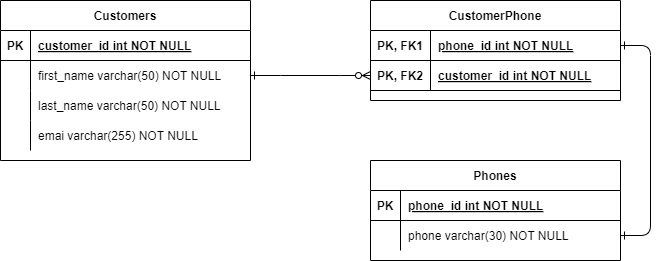
The draw.io diagram erd.png in deepd0wn/psycopg_hw, before a commit. Source tidied: cells renumbered, new cells last; positions are measured from the earlier drawing's top-left corner, leaving out a move shared by most shapes.
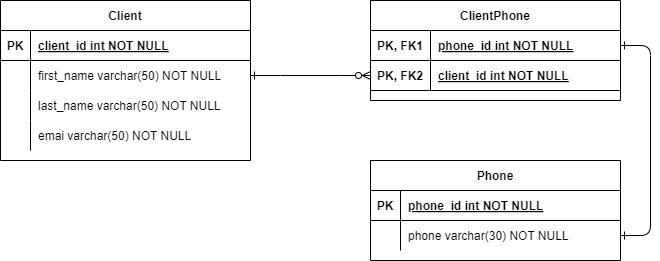
The same file after the commit.

The edit, as a diff of the source:
```diff
@@ -2,10 +2,7 @@
   <root>
     <mxCell id="0" />
     <mxCell id="1" parent="0" />
-    <mxCell id="2" style="edgeStyle=entityRelationEdgeStyle;endArrow=ERzeroToMany;startArrow=ERone;endFill=1;startFill=0;" parent="1" edge="1" source="18" target="x">
-      <mxGeometry relative="1" as="geometry" />
-    </mxCell>
-    <mxCell id="3" value="CustomerPhone" style="shape=table;startSize=30;rowLines=0;fontStyle=1;align=center;" parent="1" vertex="1">
+    <mxCell id="3" value="ClientPhone" style="shape=table;startSize=30;rowLines=0;fontStyle=1;align=center;" parent="1" vertex="1">
       <mxGeometry x="370" width="250" height="100" as="geometry" />
     </mxCell>
     <mxCell id="4" style="shape=partialRectangle;fillColor=none;points=[[0,0.5],[1,0.5]];portConstraint=eastwest;top=0;left=0;right=0;bottom=1;" parent="3" vertex="1">
@@ -23,10 +20,10 @@
     <mxCell id="8" value="PK, FK2" style="shape=partialRectangle;overflow=hidden;fillColor=none;top=0;left=0;bottom=0;right=0;fontStyle=1;" parent="7" vertex="1">
       <mxGeometry width="60" height="30" as="geometry" />
     </mxCell>
-    <mxCell id="9" value="customer_id int NOT NULL" style="shape=partialRectangle;overflow=hidden;fillColor=none;top=0;left=0;bottom=0;right=0;align=left;spacingLeft=6;fontStyle=5;" parent="7" vertex="1">
+    <mxCell id="9" value="client_id int NOT NULL" style="shape=partialRectangle;overflow=hidden;fillColor=none;top=0;left=0;bottom=0;right=0;align=left;spacingLeft=6;fontStyle=5;" parent="7" vertex="1">
       <mxGeometry x="60" width="190" height="30" as="geometry" />
     </mxCell>
-    <mxCell id="10" value="Phones" style="shape=table;startSize=30;rowLines=0;fontStyle=1;align=center;" parent="1" vertex="1">
+    <mxCell id="10" value="Phone" style="shape=table;startSize=30;rowLines=0;fontStyle=1;align=center;" parent="1" vertex="1">
       <mxGeometry x="370" y="160" width="250" height="100" as="geometry" />
     </mxCell>
     <mxCell id="11" style="shape=partialRectangle;fillColor=none;top=0;left=0;right=0;bottom=1;" parent="10" vertex="1">
@@ -47,7 +44,7 @@
     <mxCell id="16" value="phone varchar(30) NOT NULL" style="shape=partialRectangle;overflow=hidden;fillColor=none;top=0;left=0;bottom=0;right=0;align=left;spacingLeft=6;" parent="14" vertex="1">
       <mxGeometry x="30" width="220" height="30" as="geometry" />
     </mxCell>
-    <mxCell id="17" value="Customers" style="shape=table;startSize=30;rowLines=0;fontStyle=1;align=center;" parent="1" vertex="1">
+    <mxCell id="17" value="Client" style="shape=table;startSize=30;rowLines=0;fontStyle=1;align=center;" parent="1" vertex="1">
       <mxGeometry width="250" height="160" as="geometry" />
     </mxCell>
     <mxCell id="18" style="shape=partialRectangle;fillColor=none;points=[[0,0.5],[1,0.5]];portConstraint=eastwest;top=0;left=0;right=0;bottom=1;" parent="17" vertex="1">
@@ -56,7 +53,7 @@
     <mxCell id="19" value="PK" style="shape=partialRectangle;overflow=hidden;fillColor=none;top=0;left=0;bottom=0;right=0;fontStyle=1;" parent="18" vertex="1">
       <mxGeometry width="30" height="30" as="geometry" />
     </mxCell>
-    <mxCell id="20" value="customer_id int NOT NULL " style="shape=partialRectangle;overflow=hidden;fillColor=none;top=0;left=0;bottom=0;right=0;align=left;spacingLeft=6;fontStyle=5;" parent="18" vertex="1">
+    <mxCell id="20" value="client_id int NOT NULL " style="shape=partialRectangle;overflow=hidden;fillColor=none;top=0;left=0;bottom=0;right=0;align=left;spacingLeft=6;fontStyle=5;" parent="18" vertex="1">
       <mxGeometry x="30" width="220" height="30" as="geometry" />
     </mxCell>
     <mxCell id="21" style="shape=partialRectangle;fillColor=none;points=[[0,0.5],[1,0.5]];portConstraint=eastwest;top=0;left=0;right=0;bottom=0;" parent="17" vertex="1">
@@ -83,7 +80,7 @@
     <mxCell id="28" style="shape=partialRectangle;overflow=hidden;fillColor=none;top=0;left=0;bottom=0;right=0;" parent="27" vertex="1">
       <mxGeometry width="30" height="30" as="geometry" />
     </mxCell>
-    <mxCell id="29" value="emai varchar(255) NOT NULL" style="shape=partialRectangle;overflow=hidden;fillColor=none;top=0;left=0;bottom=0;right=0;align=left;spacingLeft=6;" parent="27" vertex="1">
+    <mxCell id="29" value="emai varchar(50) NOT NULL" style="shape=partialRectangle;overflow=hidden;fillColor=none;top=0;left=0;bottom=0;right=0;align=left;spacingLeft=6;" parent="27" vertex="1">
       <mxGeometry x="30" width="220" height="30" as="geometry" />
     </mxCell>
     <mxCell id="30" style="edgeStyle=entityRelationEdgeStyle;endArrow=ERone;startArrow=ERone;endFill=0;startFill=0;" parent="1" edge="1" source="14" target="4">
```
